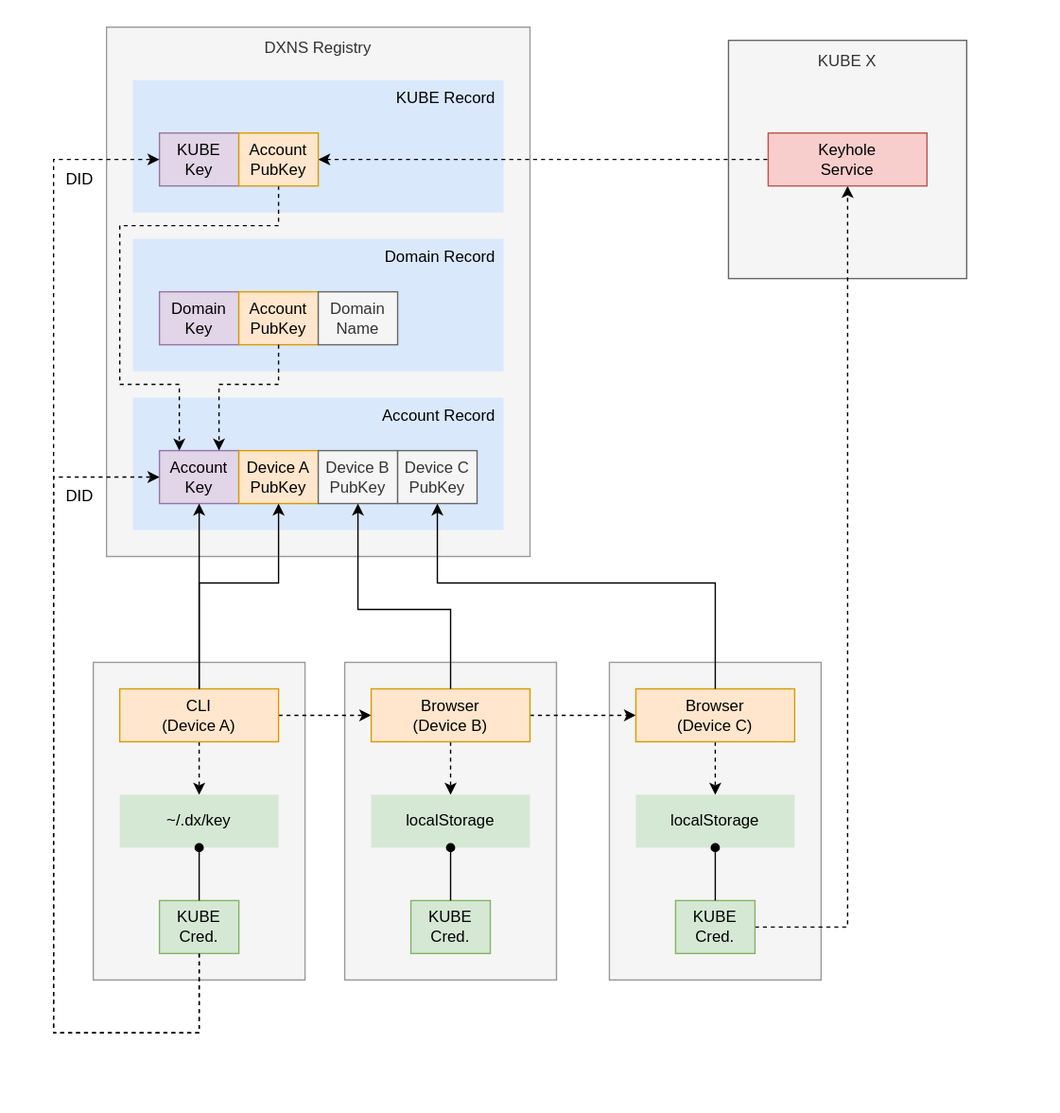
Before: docs/design/diagrams/halo-device-credentials.svg, a diagram exported from draw.io (dxos/dxos). Source tidied: cells renumbered, new cells last; positions are measured from the earlier drawing's top-left corner, leaving out a move shared by most shapes.
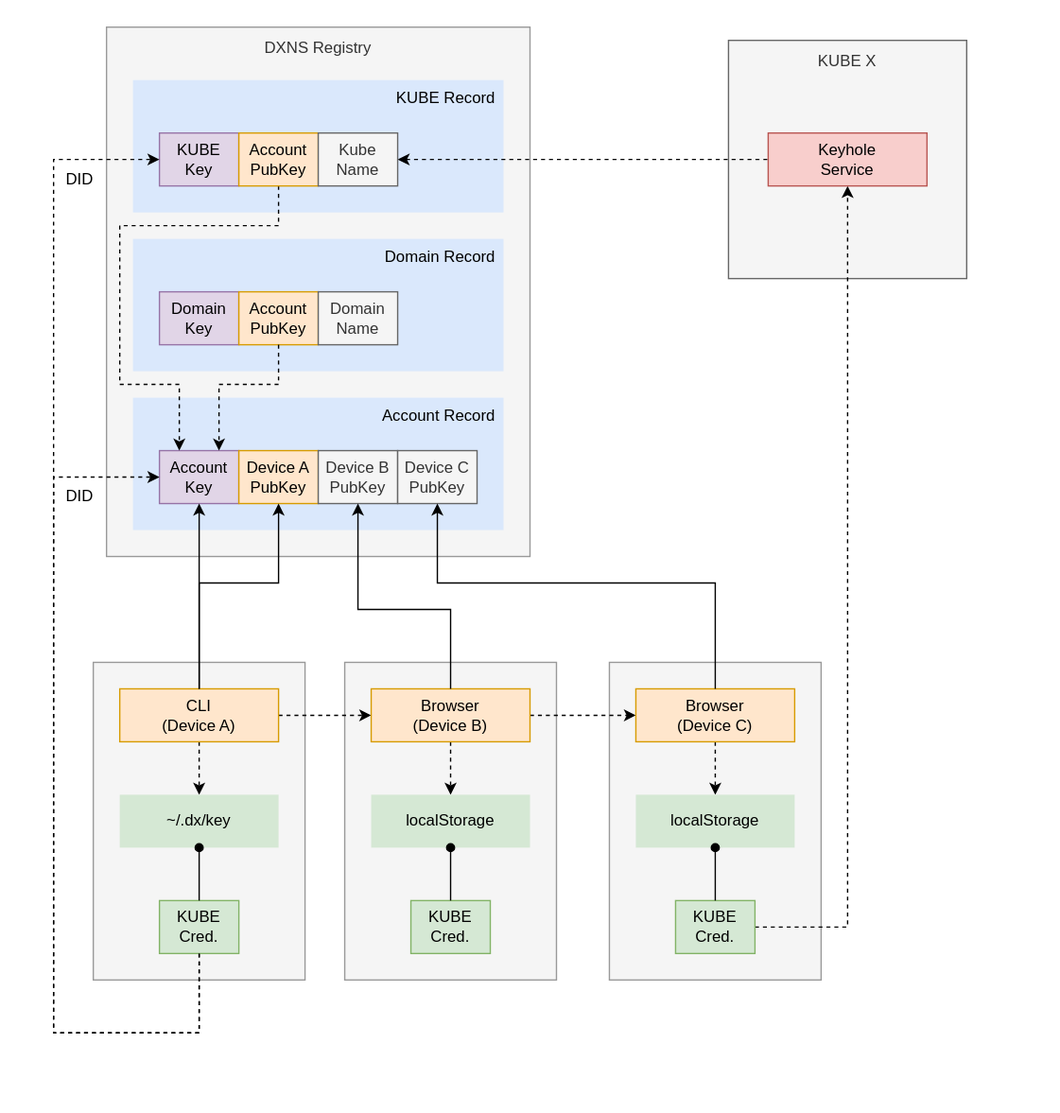
After the commit.

Diff of the diagram source:
```diff
@@ -44,7 +44,7 @@
     <mxCell id="15" value="Browser&lt;br&gt;(Device C)" style="rounded=0;whiteSpace=wrap;html=1;fillColor=#ffe6cc;strokeColor=#d79b00;" parent="1" vertex="1">
       <mxGeometry x="480" y="520" width="120" height="40" as="geometry" />
     </mxCell>
-    <mxCell id="16" style="edgeStyle=orthogonalEdgeStyle;rounded=0;jettySize=auto;html=1;entryX=0;entryY=0.5;entryDx=0;entryDy=0;exitX=1;exitY=0.5;exitDx=0;exitDy=0;startArrow=classic;startFill=1;endArrow=none;endFill=0;dashed=1;" parent="1" edge="1" source="38" target="36">
+    <mxCell id="16" style="edgeStyle=orthogonalEdgeStyle;rounded=0;jettySize=auto;html=1;entryX=0;entryY=0.5;entryDx=0;entryDy=0;startArrow=classic;startFill=1;endArrow=none;endFill=0;dashed=1;exitX=1;exitY=0.5;exitDx=0;exitDy=0;" parent="1" edge="1" source="51" target="36">
       <mxGeometry relative="1" as="geometry" />
     </mxCell>
     <mxCell id="17" value="KUBE&lt;br&gt;Key" style="rounded=0;whiteSpace=wrap;html=1;fillColor=#e1d5e7;strokeColor=#9673a6;" parent="1" vertex="1">
@@ -189,5 +189,11 @@
     <mxCell id="50" value="DID" style="text;html=1;strokeColor=none;fillColor=none;align=center;verticalAlign=middle;whiteSpace=wrap;rounded=0;" parent="1" vertex="1">
       <mxGeometry x="40" y="120" width="40" height="30" as="geometry" />
     </mxCell>
+    <mxCell id="51" value="Kube Name" style="rounded=0;whiteSpace=wrap;html=1;fillColor=#f5f5f5;fontColor=#333333;strokeColor=#666666;" parent="1" vertex="1">
+      <mxGeometry x="240" y="100" width="60" height="40" as="geometry" />
+    </mxCell>
+    <mxCell id="52" style="edgeStyle=orthogonalEdgeStyle;rounded=0;jettySize=auto;html=1;entryX=0;entryY=0.5;entryDx=0;entryDy=0;exitX=1;exitY=0.5;exitDx=0;exitDy=0;startArrow=classic;startFill=1;endArrow=none;endFill=0;dashed=1;" parent="1" edge="1" source="38" target="51">
+      <mxGeometry relative="1" as="geometry" />
+    </mxCell>
   </root>
 </mxGraphModel>
```
